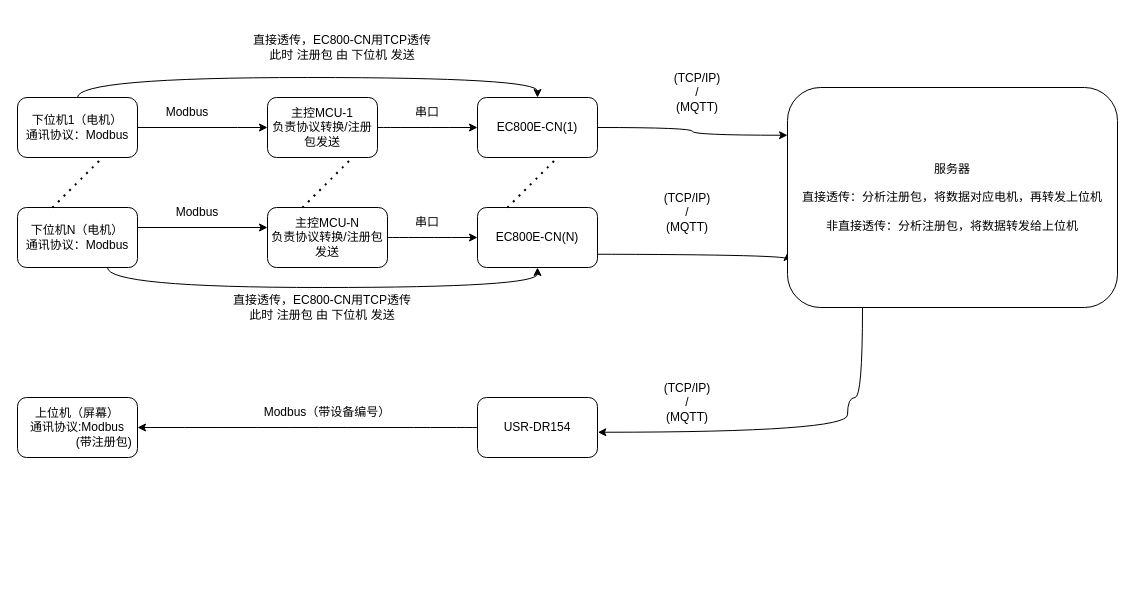
This is 未命名绘图.drawio from fusu19/blog-pic, a draw.io file, before an edit. Source tidied: cells renumbered, new cells numbered last; positions are measured from the earlier drawing's top-left corner, leaving out a move shared by most shapes. Both pictures are drawn from the tidied source at 100%, with x=0, y=0 at pixel (17, 17).
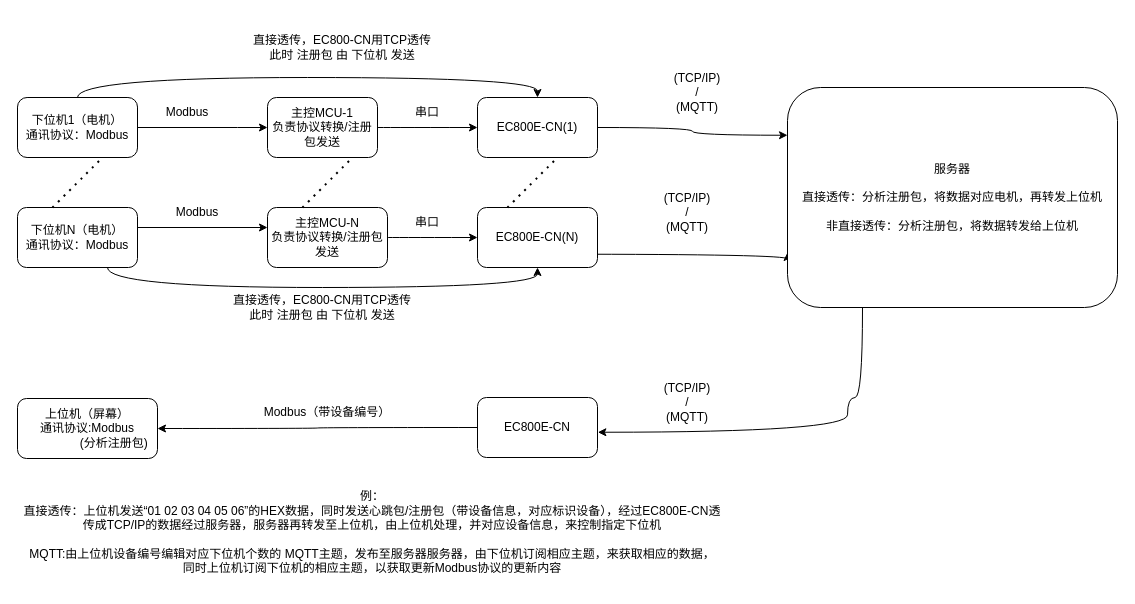
After the change.

Diff of the diagram source:
```diff
@@
-    <mxCell id="20" value="上位机（屏幕）&lt;br&gt;通讯协议:Modbus&lt;br&gt;&lt;span style=&quot;white-space: pre;&quot;&gt;&#9;&lt;span style=&quot;white-space: pre;&quot;&gt;&#9;&lt;/span&gt;&lt;/span&gt;(带注册包)" style="rounded=1;whiteSpace=wrap;html=1;" parent="1" vertex="1">
-      <mxGeometry y="380" width="120" height="60" as="geometry" />
+    <mxCell id="20" value="上位机（屏幕）&lt;br&gt;通讯协议:Modbus&lt;br&gt;&lt;span style=&quot;white-space: pre;&quot;&gt;&#9;&lt;span style=&quot;white-space: pre;&quot;&gt;&#9;&lt;/span&gt;&lt;/span&gt;(分析注册包)" style="rounded=1;whiteSpace=wrap;html=1;" parent="1" vertex="1">
+      <mxGeometry y="381" width="140" height="60" as="geometry" />
     </mxCell>
@@
-    <mxCell id="27" value="USR-DR154" style="rounded=1;whiteSpace=wrap;html=1;" parent="1" vertex="1">
+    <mxCell id="27" value="EC800E-CN" style="rounded=1;whiteSpace=wrap;html=1;" parent="1" vertex="1">
       <mxGeometry x="460" y="380" width="120" height="60" as="geometry" />
     </mxCell>
@@
+    <mxCell id="34" value="例：&lt;br&gt;直接透传：上位机发送“01 02 03 04 05 06”的HEX数据，同时发送心跳包/注册包（带设备信息，对应标识设备），经过EC800E-CN透传成TCP/IP的数据经过服务器，服务器再转发至上位机，由上位机处理，并对应设备信息，来控制指定下位机&lt;br&gt;&lt;br&gt;MQTT:由上位机设备编号编辑对应下位机个数的 MQTT主题，发布至服务器服务器，由下位机订阅相应主题，来获取相应的数据，&lt;br&gt;同时上位机订阅下位机的相应主题，以获取更新Modbus协议的更新内容" style="text;html=1;strokeColor=none;fillColor=none;align=center;verticalAlign=middle;whiteSpace=wrap;rounded=0;" parent="1" vertex="1">
+      <mxGeometry y="460" width="710" height="110" as="geometry" />
+    </mxCell>
```
